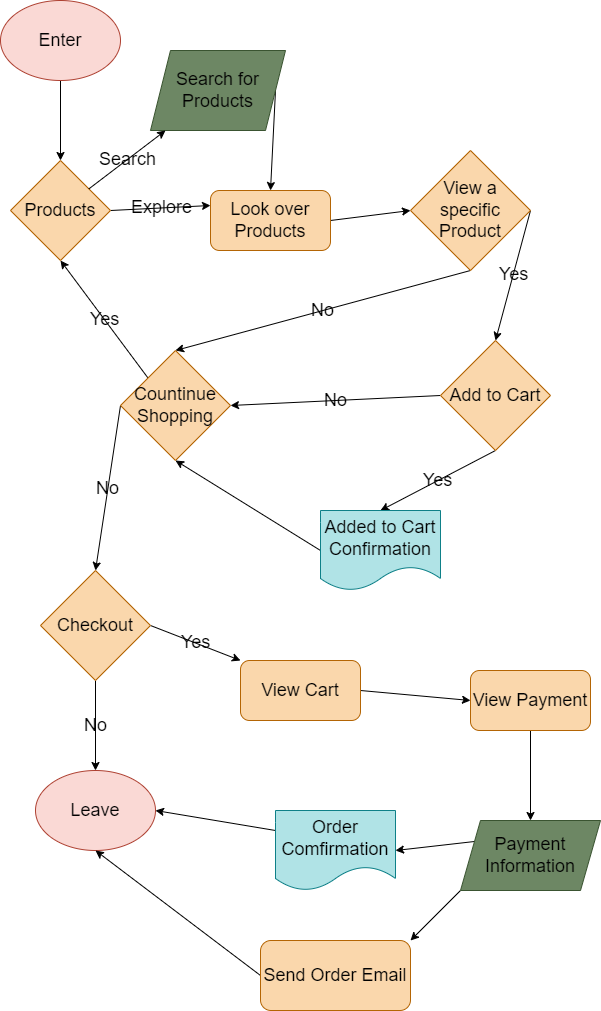
Above: explore/diagramming/diagram.drawio.png in litianqing2887/fa23-cse110-lab4 (draw.io), before the change. Source tidied: cells renumbered, new cells last; positions are measured from the earlier drawing's top-left corner, leaving out a move shared by most shapes.
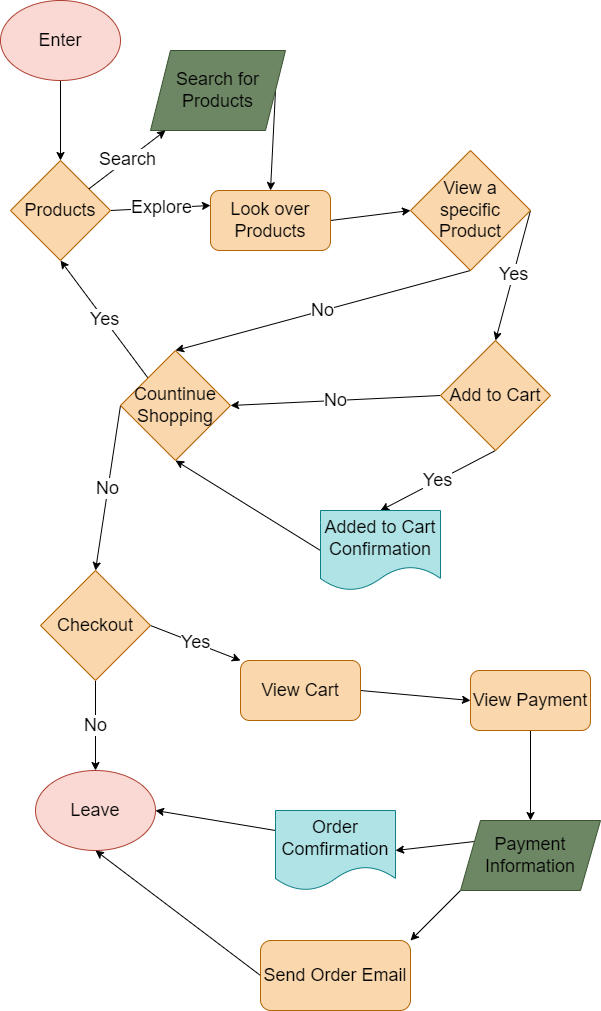
Above is the later version.

Diff of the diagram source:
```diff
@@ -8,7 +8,7 @@
     <mxCell id="3" value="&lt;font style=&quot;font-size: 18px;&quot;&gt;Enter&lt;/font&gt;" style="ellipse;whiteSpace=wrap;html=1;fillColor=#fad9d5;strokeColor=#ae4132;fontColor=#000000;" parent="1" vertex="1">
       <mxGeometry width="120" height="80" as="geometry" />
     </mxCell>
-    <mxCell id="4" value="Explore" style="edgeStyle=none;html=1;exitX=1;exitY=0.5;exitDx=0;exitDy=0;entryX=0;entryY=0.25;entryDx=0;entryDy=0;fontSize=18;fontColor=#000000;labelBackgroundColor=none;" parent="1" edge="1" source="5" target="10">
+    <mxCell id="4" value="Explore" style="edgeStyle=none;html=1;exitX=1;exitY=0.5;exitDx=0;exitDy=0;entryX=0;entryY=0.25;entryDx=0;entryDy=0;fontSize=18;fontColor=#000000;labelBackgroundColor=#FFFFFF;" parent="1" edge="1" source="5" target="10">
       <mxGeometry relative="1" as="geometry" />
     </mxCell>
     <mxCell id="5" value="&lt;font&gt;Products&lt;/font&gt;" style="rhombus;whiteSpace=wrap;html=1;labelBackgroundColor=none;fontSize=18;fillColor=#fad7ac;strokeColor=#b46504;fontColor=#000000;" parent="1" vertex="1">
@@ -20,7 +20,7 @@
     <mxCell id="7" value="&lt;font&gt;Search for&lt;br&gt;Products&lt;br&gt;&lt;/font&gt;" style="shape=parallelogram;perimeter=parallelogramPerimeter;whiteSpace=wrap;html=1;fixedSize=1;labelBackgroundColor=none;fontSize=18;fillColor=#6d8764;strokeColor=#3A5431;fontColor=#000000;" parent="1" vertex="1">
       <mxGeometry x="150" y="50" width="135" height="80" as="geometry" />
     </mxCell>
-    <mxCell id="8" value="&lt;font&gt;Search&lt;/font&gt;" style="edgeStyle=none;html=1;fontSize=18;fontColor=#000000;labelBackgroundColor=none;" parent="1" edge="1" source="5" target="7">
+    <mxCell id="8" value="&lt;font&gt;Search&lt;/font&gt;" style="edgeStyle=none;html=1;fontSize=18;fontColor=#000000;labelBackgroundColor=#FFFFFF;" parent="1" edge="1" source="5" target="7">
       <mxGeometry relative="1" as="geometry" />
     </mxCell>
     <mxCell id="9" style="edgeStyle=none;html=1;exitX=1;exitY=0.5;exitDx=0;exitDy=0;entryX=0;entryY=0.5;entryDx=0;entryDy=0;fontSize=18;fontColor=#000000;" parent="1" edge="1" source="10" target="13">
@@ -29,28 +29,28 @@
     <mxCell id="10" value="&lt;font&gt;Look over Products&lt;/font&gt;" style="rounded=1;whiteSpace=wrap;html=1;labelBackgroundColor=none;fontSize=18;fillColor=#fad7ac;strokeColor=#b46504;fontColor=#000000;" parent="1" vertex="1">
       <mxGeometry x="210" y="190" width="120" height="60" as="geometry" />
     </mxCell>
-    <mxCell id="11" value="Yes" style="edgeStyle=none;html=1;exitX=1;exitY=0.5;exitDx=0;exitDy=0;entryX=0.5;entryY=0;entryDx=0;entryDy=0;fontSize=18;fontColor=#000000;labelBackgroundColor=none;" parent="1" edge="1" source="13" target="16">
+    <mxCell id="11" value="Yes" style="edgeStyle=none;html=1;exitX=1;exitY=0.5;exitDx=0;exitDy=0;entryX=0.5;entryY=0;entryDx=0;entryDy=0;fontSize=18;fontColor=#000000;labelBackgroundColor=#FFFFFF;" parent="1" edge="1" source="13" target="16">
       <mxGeometry relative="1" as="geometry" />
     </mxCell>
-    <mxCell id="12" value="No" style="edgeStyle=none;html=1;exitX=0.5;exitY=1;exitDx=0;exitDy=0;entryX=0.5;entryY=0;entryDx=0;entryDy=0;fontSize=18;fontColor=#000000;labelBackgroundColor=none;" parent="1" edge="1" source="13" target="19">
+    <mxCell id="12" value="No" style="edgeStyle=none;html=1;exitX=0.5;exitY=1;exitDx=0;exitDy=0;entryX=0.5;entryY=0;entryDx=0;entryDy=0;fontSize=18;fontColor=#000000;labelBackgroundColor=#FFFFFF;" parent="1" edge="1" source="13" target="19">
       <mxGeometry relative="1" as="geometry" />
     </mxCell>
     <mxCell id="13" value="View a specific Product" style="rhombus;whiteSpace=wrap;html=1;labelBackgroundColor=none;fontSize=18;fillColor=#fad7ac;strokeColor=#b46504;fontColor=#000000;" parent="1" vertex="1">
       <mxGeometry x="410" y="150" width="120" height="120" as="geometry" />
     </mxCell>
-    <mxCell id="14" value="No" style="edgeStyle=none;html=1;exitX=0;exitY=0.5;exitDx=0;exitDy=0;entryX=1;entryY=0.5;entryDx=0;entryDy=0;fontSize=18;fontColor=#000000;labelBackgroundColor=none;" parent="1" edge="1" source="16" target="19">
+    <mxCell id="14" value="No" style="edgeStyle=none;html=1;exitX=0;exitY=0.5;exitDx=0;exitDy=0;entryX=1;entryY=0.5;entryDx=0;entryDy=0;fontSize=18;fontColor=#000000;labelBackgroundColor=#FFFFFF;" parent="1" edge="1" source="16" target="19">
       <mxGeometry relative="1" as="geometry" />
     </mxCell>
-    <mxCell id="15" value="Yes" style="edgeStyle=none;html=1;exitX=0.5;exitY=1;exitDx=0;exitDy=0;entryX=0.5;entryY=0;entryDx=0;entryDy=0;fontSize=18;fontColor=#000000;labelBackgroundColor=none;" parent="1" edge="1" source="16" target="21">
+    <mxCell id="15" value="Yes" style="edgeStyle=none;html=1;exitX=0.5;exitY=1;exitDx=0;exitDy=0;entryX=0.5;entryY=0;entryDx=0;entryDy=0;fontSize=18;fontColor=#000000;labelBackgroundColor=#FFFFFF;" parent="1" edge="1" source="16" target="21">
       <mxGeometry relative="1" as="geometry" />
     </mxCell>
     <mxCell id="16" value="Add to Cart" style="rhombus;whiteSpace=wrap;html=1;labelBackgroundColor=none;fontSize=18;fillColor=#fad7ac;strokeColor=#b46504;fontColor=#000000;" parent="1" vertex="1">
       <mxGeometry x="440" y="340" width="110" height="110" as="geometry" />
     </mxCell>
-    <mxCell id="17" value="Yes" style="edgeStyle=none;html=1;exitX=0;exitY=0;exitDx=0;exitDy=0;entryX=0.5;entryY=1;entryDx=0;entryDy=0;fontSize=18;fontColor=#000000;labelBackgroundColor=none;" parent="1" edge="1" source="19" target="5">
+    <mxCell id="17" value="Yes" style="edgeStyle=none;html=1;exitX=0;exitY=0;exitDx=0;exitDy=0;entryX=0.5;entryY=1;entryDx=0;entryDy=0;fontSize=18;fontColor=#000000;labelBackgroundColor=#FFFFFF;" parent="1" edge="1" source="19" target="5">
       <mxGeometry relative="1" as="geometry" />
     </mxCell>
-    <mxCell id="18" value="No" style="edgeStyle=none;html=1;exitX=0;exitY=0.5;exitDx=0;exitDy=0;entryX=0.5;entryY=0;entryDx=0;entryDy=0;fontSize=18;fontColor=#000000;labelBackgroundColor=none;" parent="1" edge="1" source="19" target="24">
+    <mxCell id="18" value="No" style="edgeStyle=none;html=1;exitX=0;exitY=0.5;exitDx=0;exitDy=0;entryX=0.5;entryY=0;entryDx=0;entryDy=0;fontSize=18;fontColor=#000000;labelBackgroundColor=#FFFFFF;" parent="1" edge="1" source="19" target="24">
       <mxGeometry relative="1" as="geometry" />
     </mxCell>
     <mxCell id="19" value="&lt;font&gt;Countinue Shopping&lt;/font&gt;" style="rhombus;whiteSpace=wrap;html=1;labelBackgroundColor=none;fontSize=18;fillColor=#fad7ac;strokeColor=#b46504;fontColor=#000000;" parent="1" vertex="1">
@@ -62,10 +62,10 @@
     <mxCell id="21" value="&lt;font&gt;Added to Cart Confirmation&lt;/font&gt;" style="shape=document;whiteSpace=wrap;html=1;boundedLbl=1;labelBackgroundColor=none;fontSize=18;fillColor=#b0e3e6;strokeColor=#0e8088;fontColor=#000000;" parent="1" vertex="1">
       <mxGeometry x="320" y="510" width="120" height="80" as="geometry" />
     </mxCell>
-    <mxCell id="22" value="No" style="edgeStyle=none;html=1;exitX=0.5;exitY=1;exitDx=0;exitDy=0;entryX=0.5;entryY=0;entryDx=0;entryDy=0;fontSize=18;fontColor=#000000;labelBackgroundColor=none;" parent="1" edge="1" source="24" target="25">
+    <mxCell id="22" value="No" style="edgeStyle=none;html=1;exitX=0.5;exitY=1;exitDx=0;exitDy=0;entryX=0.5;entryY=0;entryDx=0;entryDy=0;fontSize=18;fontColor=#000000;labelBackgroundColor=#FFFFFF;" parent="1" edge="1" source="24" target="25">
       <mxGeometry relative="1" as="geometry" />
     </mxCell>
-    <mxCell id="23" value="Yes" style="edgeStyle=none;html=1;exitX=1;exitY=0.5;exitDx=0;exitDy=0;entryX=0;entryY=0;entryDx=0;entryDy=0;fontSize=18;fontColor=#000000;labelBackgroundColor=none;" parent="1" edge="1" source="24" target="27">
+    <mxCell id="23" value="Yes" style="edgeStyle=none;html=1;exitX=1;exitY=0.5;exitDx=0;exitDy=0;entryX=0;entryY=0;entryDx=0;entryDy=0;fontSize=18;fontColor=#000000;labelBackgroundColor=#FFFFFF;" parent="1" edge="1" source="24" target="27">
       <mxGeometry relative="1" as="geometry" />
     </mxCell>
     <mxCell id="24" value="Checkout" style="rhombus;whiteSpace=wrap;html=1;labelBackgroundColor=none;fontSize=18;fillColor=#fad7ac;strokeColor=#b46504;fontColor=#000000;" parent="1" vertex="1">
```
